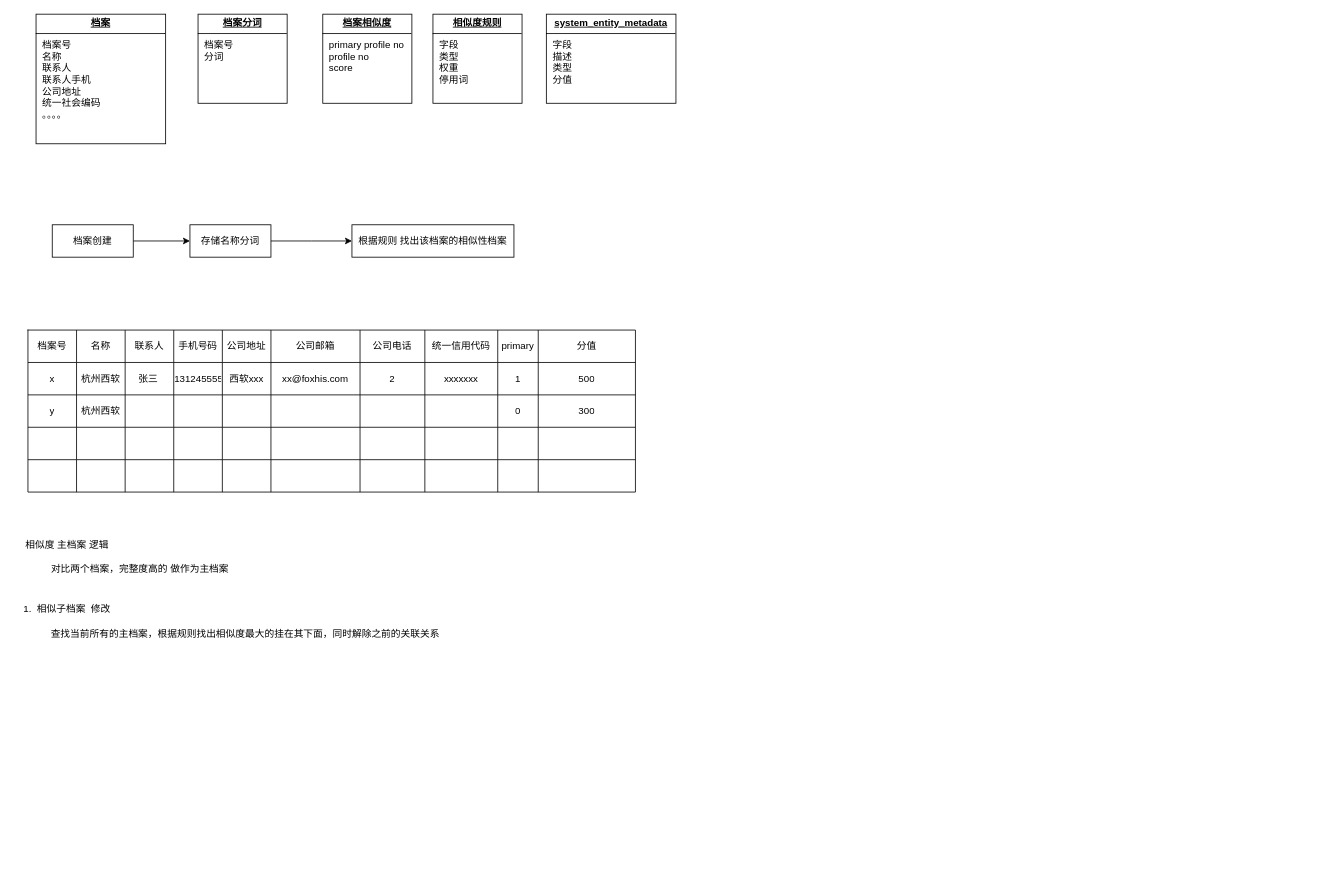
Before: page "记录相似性" (14 of 15) of xctp.drawio in devfox88/draw-house, a draw.io diagram. Source tidied: cells renumbered, new cells numbered last; positions are measured from the earlier drawing's top-left corner, leaving out a move shared by most shapes. Both pictures are drawn from the tidied source at 81%, with x=0, y=0 at pixel (13, 14).
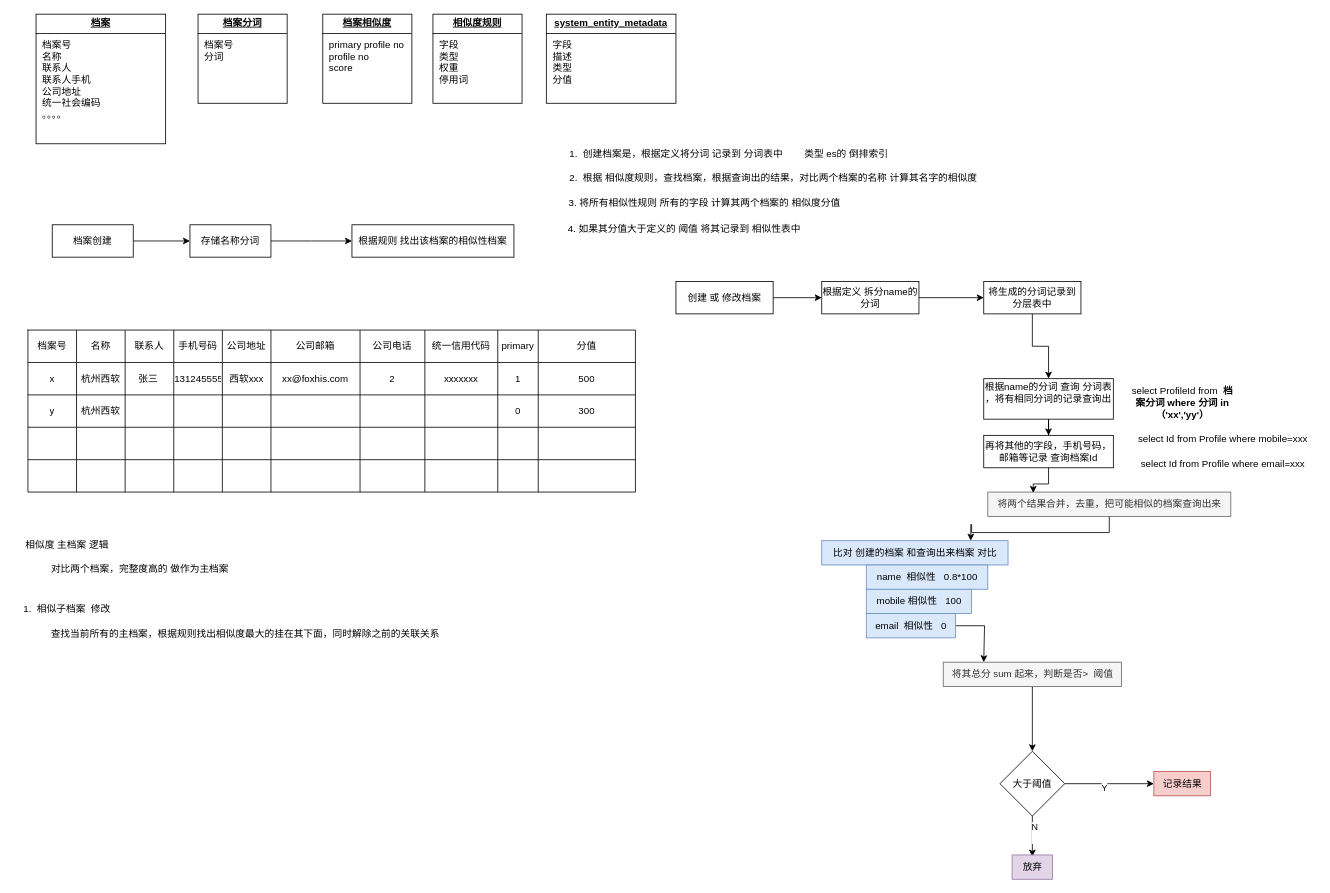
The same page after the edit.

Diff of the diagram source:
```diff
@@
+    <mxCell id="72" value="1.&amp;nbsp; 创建档案是，根据定义将分词 记录到 分词表中" style="text;html=1;align=center;verticalAlign=middle;strokeColor=none;fillColor=none;" parent="1" vertex="1">
+      <mxGeometry x="673" y="158" width="290" height="30" as="geometry" />
+    </mxCell>
+    <mxCell id="73" value="类型 es的 倒排索引" style="text;html=1;align=center;verticalAlign=middle;strokeColor=none;fillColor=none;" parent="1" vertex="1">
+      <mxGeometry x="963" y="158" width="130" height="30" as="geometry" />
+    </mxCell>
+    <mxCell id="74" value="2.&amp;nbsp; 根据 相似度规则，查找档案，根据查询出的结果，对比两个档案的名称 计算其名字的相似度" style="text;html=1;align=center;verticalAlign=middle;strokeColor=none;fillColor=none;" parent="1" vertex="1">
+      <mxGeometry x="673" y="188" width="530" height="30" as="geometry" />
+    </mxCell>
+    <mxCell id="75" value="3. 将所有相似性规则 所有的字段 计算其两个档案的 相似度分值" style="text;html=1;align=center;verticalAlign=middle;strokeColor=none;fillColor=none;" parent="1" vertex="1">
+      <mxGeometry x="673" y="218" width="360" height="30" as="geometry" />
+    </mxCell>
+    <mxCell id="76" value="4. 如果其分值大于定义的 阈值 将其记录到 相似性表中" style="text;html=1;align=center;verticalAlign=middle;strokeColor=none;fillColor=none;" parent="1" vertex="1">
+      <mxGeometry x="673" y="250" width="310" height="30" as="geometry" />
+    </mxCell>
+    <mxCell id="77" style="edgeStyle=orthogonalEdgeStyle;rounded=0;jettySize=auto;html=1;" parent="1" edge="1" source="78" target="80">
+      <mxGeometry relative="1" as="geometry" />
+    </mxCell>
+    <mxCell id="78" value="创建 或 修改档案" style="whiteSpace=wrap;html=1;" parent="1" vertex="1">
+      <mxGeometry x="818" y="330" width="120" height="40" as="geometry" />
+    </mxCell>
+    <mxCell id="79" style="edgeStyle=orthogonalEdgeStyle;rounded=0;jettySize=auto;html=1;" parent="1" edge="1" source="80" target="82">
+      <mxGeometry relative="1" as="geometry" />
+    </mxCell>
+    <mxCell id="80" value="根据定义 拆分name的分词" style="whiteSpace=wrap;html=1;" parent="1" vertex="1">
+      <mxGeometry x="998" y="330" width="120" height="40" as="geometry" />
+    </mxCell>
+    <mxCell id="81" style="edgeStyle=orthogonalEdgeStyle;rounded=0;jettySize=auto;html=1;" parent="1" edge="1" source="82" target="84">
+      <mxGeometry relative="1" as="geometry" />
+    </mxCell>
+    <mxCell id="82" value="将生成的分词记录到分层表中" style="whiteSpace=wrap;html=1;" parent="1" vertex="1">
+      <mxGeometry x="1198" y="330" width="120" height="40" as="geometry" />
+    </mxCell>
+    <mxCell id="83" style="edgeStyle=orthogonalEdgeStyle;rounded=0;jettySize=auto;html=1;" parent="1" edge="1" source="84" target="86">
+      <mxGeometry relative="1" as="geometry" />
+    </mxCell>
+    <mxCell id="84" value="根据name的分词 查询 分词表 ，将有相同分词的记录查询出&lt;div&gt;&lt;br&gt;&lt;/div&gt;" style="whiteSpace=wrap;html=1;" parent="1" vertex="1">
+      <mxGeometry x="1198" y="450" width="160" height="50" as="geometry" />
+    </mxCell>
+    <mxCell id="85" value="select ProfileId from&amp;nbsp;&amp;nbsp;&lt;b style=&quot;text-wrap-mode: wrap;&quot;&gt;档案分词 where 分词 in （'xx','yy'）&lt;/b&gt;" style="text;html=1;align=center;verticalAlign=middle;strokeColor=none;fillColor=none;" parent="1" vertex="1">
+      <mxGeometry x="1278" y="465" width="330" height="30" as="geometry" />
+    </mxCell>
+    <mxCell id="86" value="再将其他的字段，手机号码，邮箱等记录 查询档案Id" style="whiteSpace=wrap;html=1;" parent="1" vertex="1">
+      <mxGeometry x="1198" y="520" width="160" height="40" as="geometry" />
+    </mxCell>
+    <mxCell id="87" value="将两个结果合并，去重，把可能相似的档案查询出来" style="text;html=1;align=center;verticalAlign=middle;points=[];strokeColor=#666666;fillColor=#f5f5f5;fontColor=#333333;" parent="1" vertex="1">
+      <mxGeometry x="1203" y="590" width="300" height="30" as="geometry" />
+    </mxCell>
+    <mxCell id="88" value="select Id from Profile where mobile=xxx" style="text;html=1;align=center;verticalAlign=middle;strokeColor=none;fillColor=none;" parent="1" vertex="1">
+      <mxGeometry x="1378" y="510" width="230" height="30" as="geometry" />
+    </mxCell>
+    <mxCell id="89" value="select Id from Profile where email=xxx" style="text;html=1;align=center;verticalAlign=middle;strokeColor=none;fillColor=none;" parent="1" vertex="1">
+      <mxGeometry x="1378" y="540" width="230" height="30" as="geometry" />
+    </mxCell>
+    <mxCell id="90" style="edgeStyle=orthogonalEdgeStyle;rounded=0;jettySize=auto;html=1;entryX=0.187;entryY=0.033;entryDx=0;entryDy=0;entryPerimeter=0;" parent="1" edge="1" source="86" target="87">
+      <mxGeometry relative="1" as="geometry" />
+    </mxCell>
+    <mxCell id="91" value="比对 创建的档案 和查询出来档案 对比" style="text;html=1;align=center;verticalAlign=middle;points=[];strokeColor=#6c8ebf;fillColor=#dae8fc;" parent="1" vertex="1">
+      <mxGeometry x="998" y="650" width="230" height="30" as="geometry" />
+    </mxCell>
+    <mxCell id="92" value="name&amp;nbsp; 相似性&amp;nbsp; &amp;nbsp;0.8*100" style="text;html=1;align=center;verticalAlign=middle;strokeColor=#6c8ebf;fillColor=#dae8fc;" parent="1" vertex="1">
+      <mxGeometry x="1053" y="680" width="150" height="30" as="geometry" />
+    </mxCell>
+    <mxCell id="93" value="mobile 相似性&amp;nbsp; &amp;nbsp;100" style="text;html=1;align=center;verticalAlign=middle;strokeColor=#6c8ebf;fillColor=#dae8fc;" parent="1" vertex="1">
+      <mxGeometry x="1053" y="710" width="130" height="30" as="geometry" />
+    </mxCell>
+    <mxCell id="94" style="edgeStyle=orthogonalEdgeStyle;rounded=0;jettySize=auto;html=1;" parent="1" edge="1" source="95">
+      <mxGeometry relative="1" as="geometry">
+        <mxPoint x="1198" y="800" as="targetPoint" />
+        <Array as="points">
+          <mxPoint x="1199" y="755" />
+        </Array>
+      </mxGeometry>
+    </mxCell>
+    <mxCell id="95" value="email&amp;nbsp; 相似性&amp;nbsp; &amp;nbsp;0" style="text;html=1;align=center;verticalAlign=middle;points=[];strokeColor=#6c8ebf;fillColor=#dae8fc;" parent="1" vertex="1">
+      <mxGeometry x="1053" y="740" width="110" height="30" as="geometry" />
+    </mxCell>
+    <mxCell id="96" style="edgeStyle=orthogonalEdgeStyle;rounded=0;jettySize=auto;html=1;" parent="1" edge="1" source="97">
+      <mxGeometry relative="1" as="geometry">
+        <mxPoint x="1258" y="910" as="targetPoint" />
+      </mxGeometry>
+    </mxCell>
+    <mxCell id="97" value="将其总分 sum 起来，判断是否&amp;gt;&amp;nbsp; 阈值" style="text;html=1;align=center;verticalAlign=middle;points=[];strokeColor=#666666;fillColor=#f5f5f5;fontColor=#333333;" parent="1" vertex="1">
+      <mxGeometry x="1148" y="800" width="220" height="30" as="geometry" />
+    </mxCell>
+    <mxCell id="98" style="edgeStyle=orthogonalEdgeStyle;rounded=0;jettySize=auto;html=1;entryX=0.8;entryY=0;entryDx=0;entryDy=0;entryPerimeter=0;" parent="1" edge="1" source="87" target="91">
+      <mxGeometry relative="1" as="geometry" />
+    </mxCell>
+    <mxCell id="99" style="edgeStyle=orthogonalEdgeStyle;rounded=0;jettySize=auto;html=1;" parent="1" edge="1" source="103">
+      <mxGeometry relative="1" as="geometry">
+        <mxPoint x="1408" y="950" as="targetPoint" />
+      </mxGeometry>
+    </mxCell>
+    <mxCell id="100" value="Y" style="edgeLabel;html=1;align=center;verticalAlign=middle;" parent="99" vertex="1">
+      <mxGeometry x="-0.13" y="-4" relative="1" as="geometry" />
+    </mxCell>
+    <mxCell id="101" style="edgeStyle=orthogonalEdgeStyle;rounded=0;jettySize=auto;html=1;" parent="1" edge="1" source="103">
+      <mxGeometry relative="1" as="geometry">
+        <mxPoint x="1258" y="1040" as="targetPoint" />
+      </mxGeometry>
+    </mxCell>
+    <mxCell id="102" value="N&lt;div&gt;&lt;br&gt;&lt;/div&gt;" style="edgeLabel;html=1;align=center;verticalAlign=middle;" parent="101" vertex="1">
+      <mxGeometry x="-0.21" y="2" relative="1" as="geometry" />
+    </mxCell>
+    <mxCell id="103" value="大于阈值" style="rhombus;whiteSpace=wrap;html=1;" parent="1" vertex="1">
+      <mxGeometry x="1218" y="910" width="80" height="80" as="geometry" />
+    </mxCell>
+    <mxCell id="104" value="记录结果" style="text;html=1;align=center;verticalAlign=middle;strokeColor=#b85450;fillColor=#f8cecc;" parent="1" vertex="1">
+      <mxGeometry x="1408" y="935" width="70" height="30" as="geometry" />
+    </mxCell>
+    <mxCell id="105" value="放弃" style="text;html=1;align=center;verticalAlign=middle;strokeColor=#9673a6;fillColor=#e1d5e7;" parent="1" vertex="1">
+      <mxGeometry x="1233" y="1038" width="50" height="30" as="geometry" />
+    </mxCell>
```
